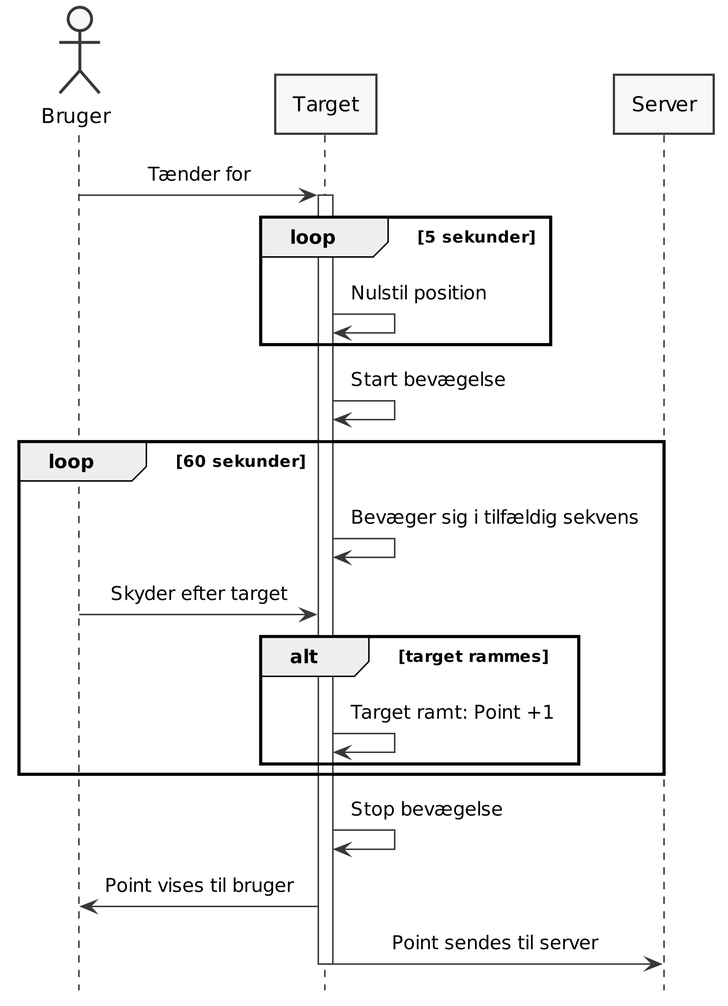
Earlier version of the PlantUML export PlantUML/ssd-uc1.png (LasseKrarup/Laser-Tag-Project).
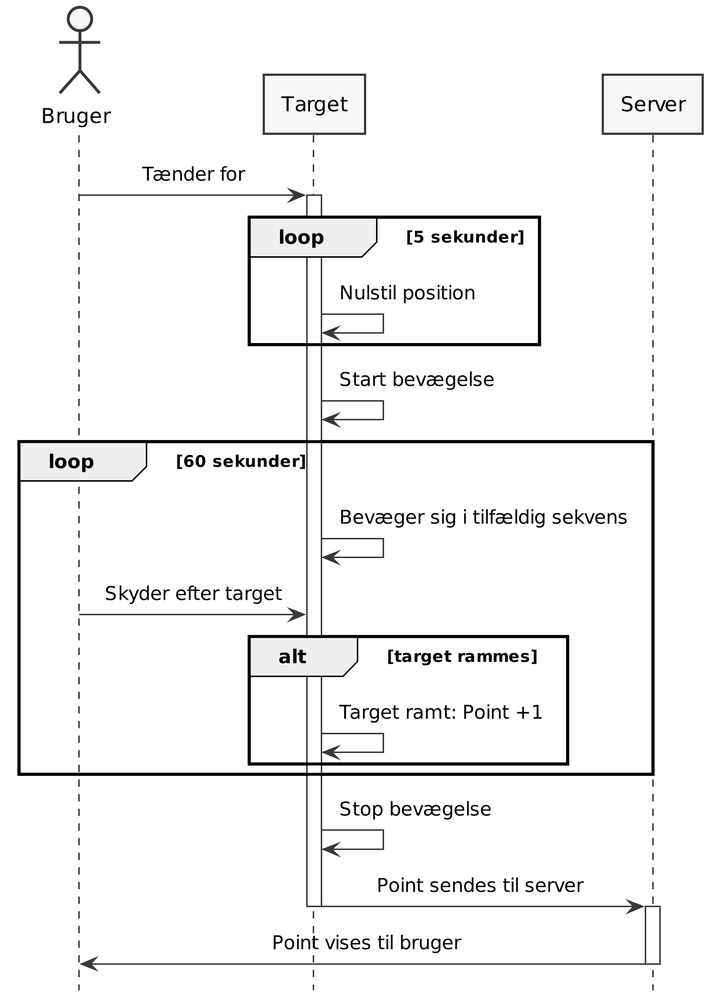
After the change.

What changed in the source:
```diff
@@ -34,9 +34,10 @@
 
 tgt -> tgt: Stop bevægelse
 
-tgt -> user: Point vises til bruger
 tgt -> svr: Point sendes til server
-
 deactivate tgt
+activate svr
+svr -> user: Point vises til bruger
+deactivate svr
 
 @enduml
```
